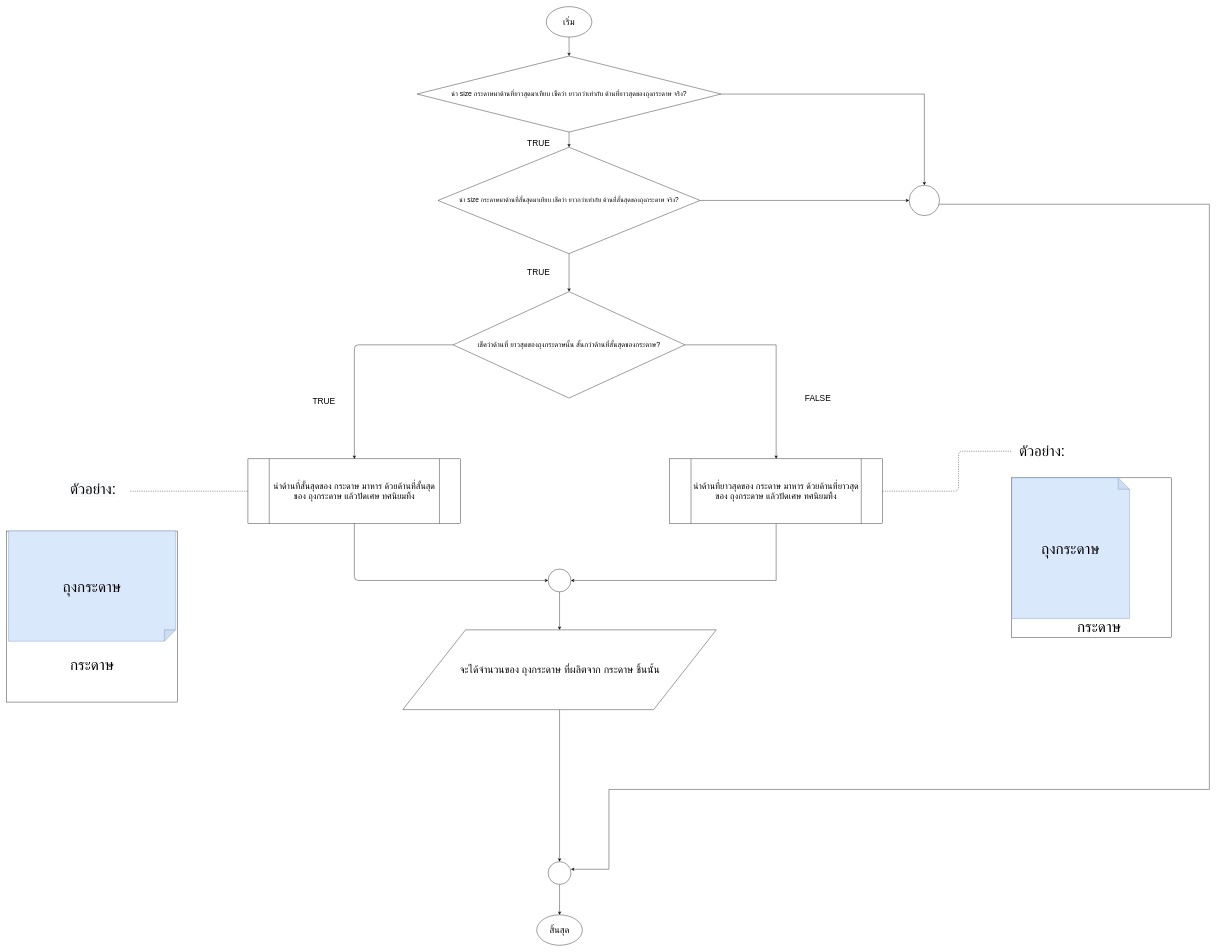
Above: Calculate Paper Plus.drawio in Jessada26/Calculate-Paper-Plus (draw.io), before the change. Source tidied: cells renumbered, new cells numbered last; positions are measured from the earlier drawing's top-left corner, leaving out a move shared by most shapes. Both pictures are drawn from the tidied source at 38%, with x=0, y=0 at pixel (6, 6).
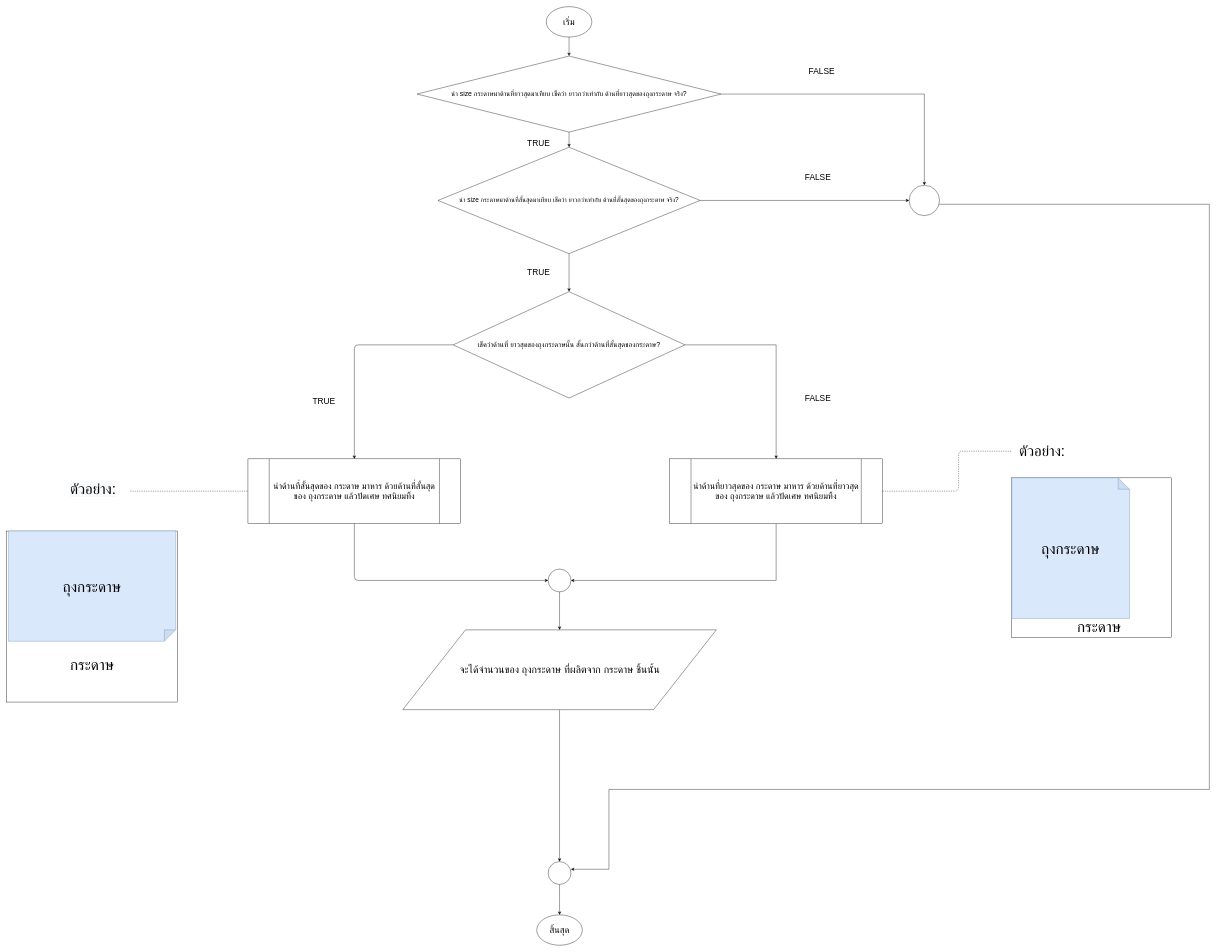
After the change.

The edit, as a diff of the source:
```diff
@@
+    <mxCell id="40" value="&lt;font style=&quot;font-size: 22px&quot;&gt;FALSE&lt;/font&gt;" style="text;html=1;strokeColor=none;fillColor=none;align=center;verticalAlign=middle;whiteSpace=wrap;rounded=0;" parent="1" vertex="1">
+      <mxGeometry x="2115" y="440" width="40" height="20" as="geometry" />
+    </mxCell>
+    <mxCell id="41" value="&lt;font style=&quot;font-size: 22px&quot;&gt;FALSE&lt;/font&gt;" style="text;html=1;strokeColor=none;fillColor=none;align=center;verticalAlign=middle;whiteSpace=wrap;rounded=0;" parent="1" vertex="1">
+      <mxGeometry x="2125" y="160" width="40" height="20" as="geometry" />
+    </mxCell>
```
